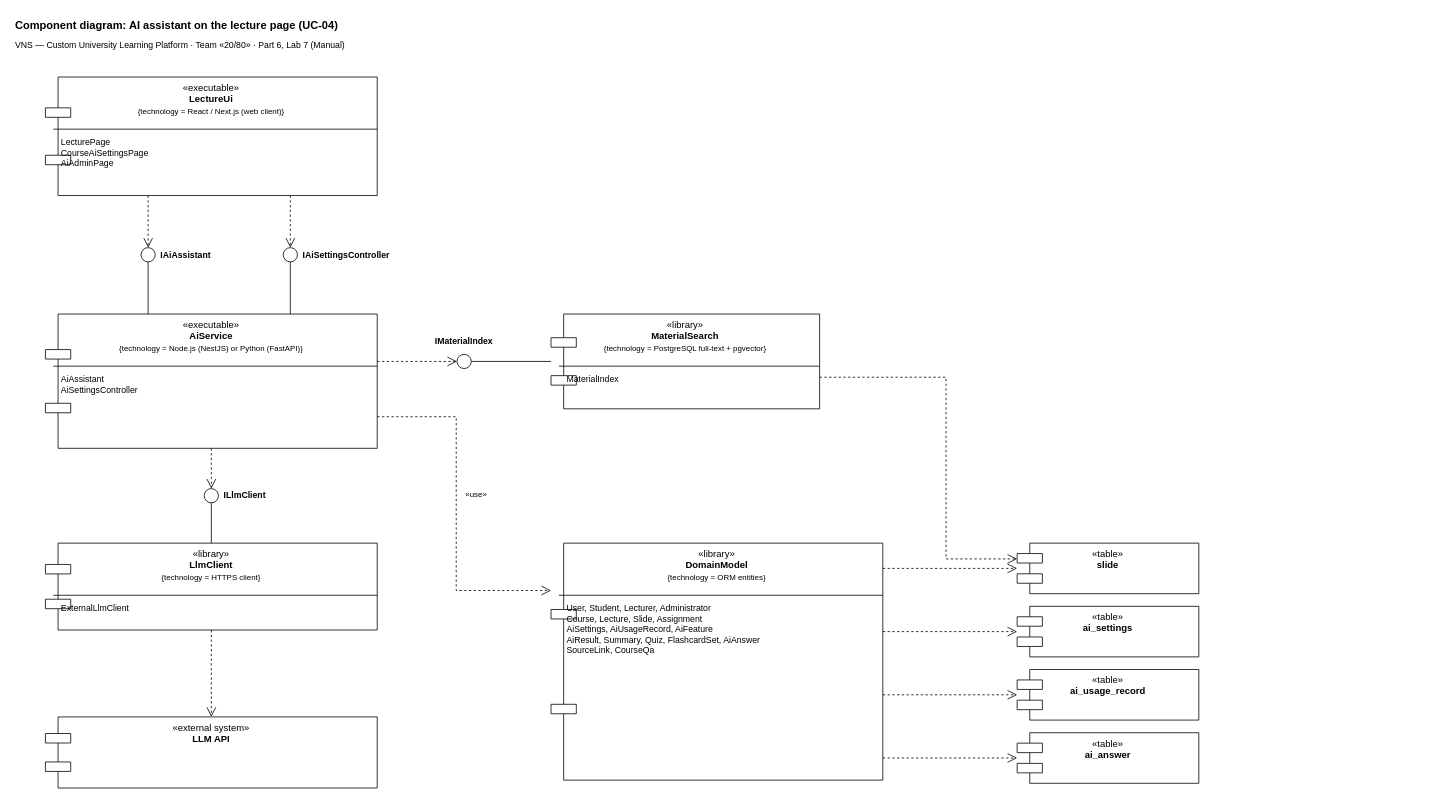
Before: BA/Part 6_Diagramming UML-20260912/Done/Manual/Artifacts/5. Component Diagram_VNS.drawio in yarikshevchuk/business-analysis, a draw.io diagram. Source tidied: cells renumbered, new cells numbered last; positions are measured from the earlier drawing's top-left corner, leaving out a move shared by most shapes. Both pictures are drawn from the tidied source at 79%, with x=0, y=0 at pixel (13, 13).
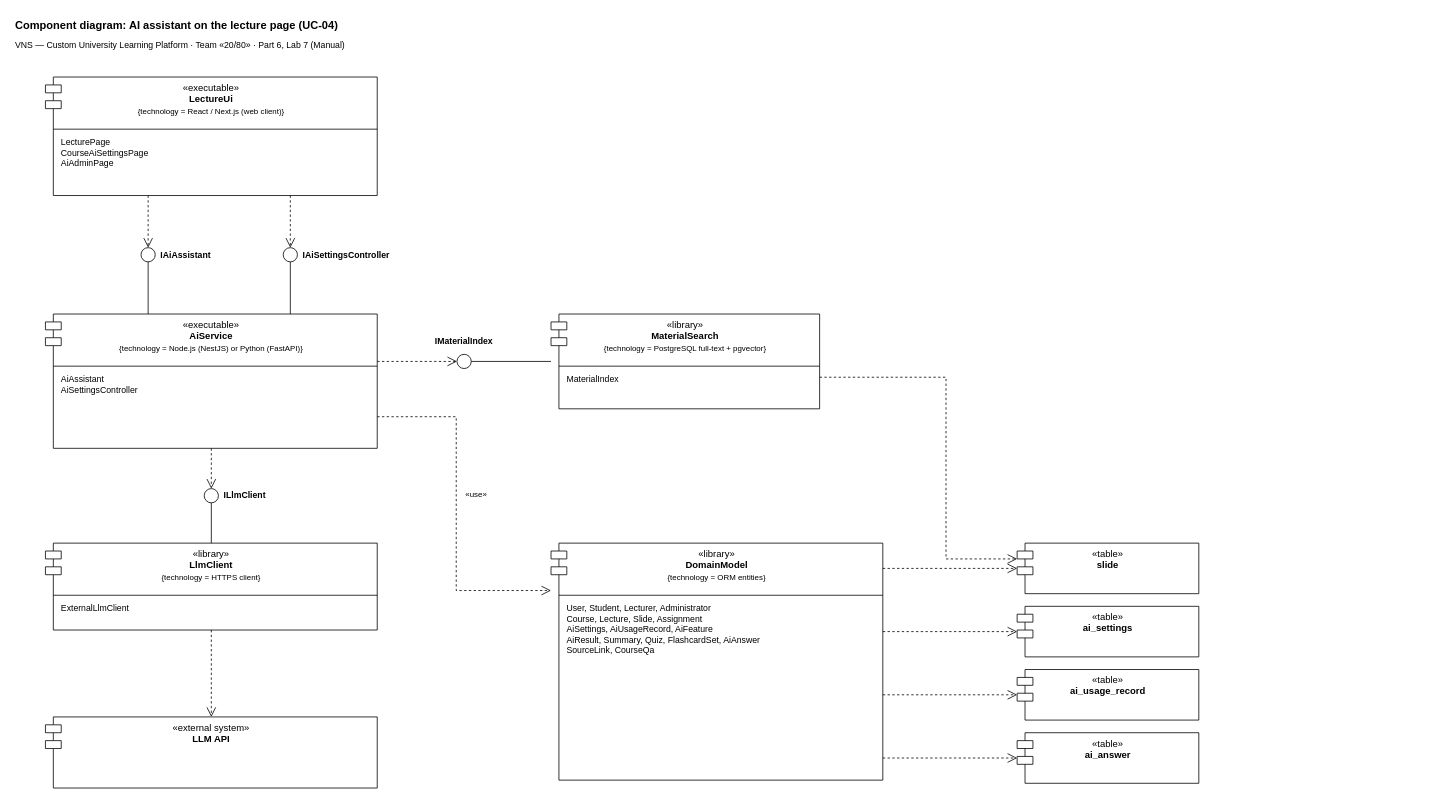
The same page after the edit.

Diff of the diagram source:
```diff
@@
-    <mxCell id="4" value="«executable»&lt;br&gt;&lt;b&gt;LectureUi&lt;/b&gt;&lt;br&gt;&lt;font style=&quot;font-size:10px&quot;&gt;{technology = React / Next.js (web client)}&lt;/font&gt;" style="shape=component;whiteSpace=wrap;html=1;fillColor=#ffffff;strokeColor=#000000;fontSize=12;align=center;verticalAlign=top;" parent="1" vertex="1">
+    <mxCell id="4" value="«executable»&lt;br&gt;&lt;b&gt;LectureUi&lt;/b&gt;&lt;br&gt;&lt;font style=&quot;font-size:10px&quot;&gt;{technology = React / Next.js (web client)}&lt;/font&gt;" style="shape=module;jettyWidth=20;jettyHeight=10;whiteSpace=wrap;html=1;fillColor=#ffffff;strokeColor=#000000;fontSize=12;align=center;verticalAlign=top;" parent="1" vertex="1">
       <mxGeometry x="40" y="80" width="420" height="150" as="geometry" />
     </mxCell>
@@
-    <mxCell id="7" value="«executable»&lt;br&gt;&lt;b&gt;AiService&lt;/b&gt;&lt;br&gt;&lt;font style=&quot;font-size:10px&quot;&gt;{technology = Node.js (NestJS) or Python (FastAPI)}&lt;/font&gt;" style="shape=component;whiteSpace=wrap;html=1;fillColor=#ffffff;strokeColor=#000000;fontSize=12;align=center;verticalAlign=top;" parent="1" vertex="1">
+    <mxCell id="7" value="«executable»&lt;br&gt;&lt;b&gt;AiService&lt;/b&gt;&lt;br&gt;&lt;font style=&quot;font-size:10px&quot;&gt;{technology = Node.js (NestJS) or Python (FastAPI)}&lt;/font&gt;" style="shape=module;jettyWidth=20;jettyHeight=10;whiteSpace=wrap;html=1;fillColor=#ffffff;strokeColor=#000000;fontSize=12;align=center;verticalAlign=top;" parent="1" vertex="1">
       <mxGeometry x="40" y="380" width="420" height="170" as="geometry" />
     </mxCell>
@@
-    <mxCell id="10" value="«library»&lt;br&gt;&lt;b&gt;MaterialSearch&lt;/b&gt;&lt;br&gt;&lt;font style=&quot;font-size:10px&quot;&gt;{technology = PostgreSQL full-text + pgvector}&lt;/font&gt;" style="shape=component;whiteSpace=wrap;html=1;fillColor=#ffffff;strokeColor=#000000;fontSize=12;align=center;verticalAlign=top;" parent="1" vertex="1">
+    <mxCell id="10" value="«library»&lt;br&gt;&lt;b&gt;MaterialSearch&lt;/b&gt;&lt;br&gt;&lt;font style=&quot;font-size:10px&quot;&gt;{technology = PostgreSQL full-text + pgvector}&lt;/font&gt;" style="shape=module;jettyWidth=20;jettyHeight=10;whiteSpace=wrap;html=1;fillColor=#ffffff;strokeColor=#000000;fontSize=12;align=center;verticalAlign=top;" parent="1" vertex="1">
       <mxGeometry x="680" y="380" width="340" height="120" as="geometry" />
     </mxCell>
@@
-    <mxCell id="13" value="«library»&lt;br&gt;&lt;b&gt;LlmClient&lt;/b&gt;&lt;br&gt;&lt;font style=&quot;font-size:10px&quot;&gt;{technology = HTTPS client}&lt;/font&gt;" style="shape=component;whiteSpace=wrap;html=1;fillColor=#ffffff;strokeColor=#000000;fontSize=12;align=center;verticalAlign=top;" parent="1" vertex="1">
+    <mxCell id="13" value="«library»&lt;br&gt;&lt;b&gt;LlmClient&lt;/b&gt;&lt;br&gt;&lt;font style=&quot;font-size:10px&quot;&gt;{technology = HTTPS client}&lt;/font&gt;" style="shape=module;jettyWidth=20;jettyHeight=10;whiteSpace=wrap;html=1;fillColor=#ffffff;strokeColor=#000000;fontSize=12;align=center;verticalAlign=top;" parent="1" vertex="1">
       <mxGeometry x="40" y="670" width="420" height="110" as="geometry" />
     </mxCell>
@@
-    <mxCell id="16" value="«external system»&lt;br&gt;&lt;b&gt;LLM API&lt;/b&gt;" style="shape=component;whiteSpace=wrap;html=1;fillColor=#ffffff;strokeColor=#000000;fontSize=12;align=center;verticalAlign=top;" parent="1" vertex="1">
+    <mxCell id="16" value="«external system»&lt;br&gt;&lt;b&gt;LLM API&lt;/b&gt;" style="shape=module;jettyWidth=20;jettyHeight=10;whiteSpace=wrap;html=1;fillColor=#ffffff;strokeColor=#000000;fontSize=12;align=center;verticalAlign=top;" parent="1" vertex="1">
       <mxGeometry x="40" y="890" width="420" height="90" as="geometry" />
     </mxCell>
-    <mxCell id="17" value="«library»&lt;br&gt;&lt;b&gt;DomainModel&lt;/b&gt;&lt;br&gt;&lt;font style=&quot;font-size:10px&quot;&gt;{technology = ORM entities}&lt;/font&gt;" style="shape=component;whiteSpace=wrap;html=1;fillColor=#ffffff;strokeColor=#000000;fontSize=12;align=center;verticalAlign=top;" parent="1" vertex="1">
+    <mxCell id="17" value="«library»&lt;br&gt;&lt;b&gt;DomainModel&lt;/b&gt;&lt;br&gt;&lt;font style=&quot;font-size:10px&quot;&gt;{technology = ORM entities}&lt;/font&gt;" style="shape=module;jettyWidth=20;jettyHeight=10;whiteSpace=wrap;html=1;fillColor=#ffffff;strokeColor=#000000;fontSize=12;align=center;verticalAlign=top;" parent="1" vertex="1">
       <mxGeometry x="680" y="670" width="420" height="300" as="geometry" />
     </mxCell>
@@
-    <mxCell id="20" value="«table»&lt;br&gt;&lt;b&gt;slide&lt;/b&gt;" style="shape=component;whiteSpace=wrap;html=1;fillColor=#ffffff;strokeColor=#000000;fontSize=12;align=center;verticalAlign=top;" parent="1" vertex="1">
+    <mxCell id="20" value="«table»&lt;br&gt;&lt;b&gt;slide&lt;/b&gt;" style="shape=module;jettyWidth=20;jettyHeight=10;whiteSpace=wrap;html=1;fillColor=#ffffff;strokeColor=#000000;fontSize=12;align=center;verticalAlign=top;" parent="1" vertex="1">
       <mxGeometry x="1270" y="670" width="230" height="64" as="geometry" />
     </mxCell>
-    <mxCell id="21" value="«table»&lt;br&gt;&lt;b&gt;ai_settings&lt;/b&gt;" style="shape=component;whiteSpace=wrap;html=1;fillColor=#ffffff;strokeColor=#000000;fontSize=12;align=center;verticalAlign=top;" parent="1" vertex="1">
+    <mxCell id="21" value="«table»&lt;br&gt;&lt;b&gt;ai_settings&lt;/b&gt;" style="shape=module;jettyWidth=20;jettyHeight=10;whiteSpace=wrap;html=1;fillColor=#ffffff;strokeColor=#000000;fontSize=12;align=center;verticalAlign=top;" parent="1" vertex="1">
       <mxGeometry x="1270" y="750" width="230" height="64" as="geometry" />
     </mxCell>
-    <mxCell id="22" value="«table»&lt;br&gt;&lt;b&gt;ai_usage_record&lt;/b&gt;" style="shape=component;whiteSpace=wrap;html=1;fillColor=#ffffff;strokeColor=#000000;fontSize=12;align=center;verticalAlign=top;" parent="1" vertex="1">
+    <mxCell id="22" value="«table»&lt;br&gt;&lt;b&gt;ai_usage_record&lt;/b&gt;" style="shape=module;jettyWidth=20;jettyHeight=10;whiteSpace=wrap;html=1;fillColor=#ffffff;strokeColor=#000000;fontSize=12;align=center;verticalAlign=top;" parent="1" vertex="1">
       <mxGeometry x="1270" y="830" width="230" height="64" as="geometry" />
     </mxCell>
-    <mxCell id="23" value="«table»&lt;br&gt;&lt;b&gt;ai_answer&lt;/b&gt;" style="shape=component;whiteSpace=wrap;html=1;fillColor=#ffffff;strokeColor=#000000;fontSize=12;align=center;verticalAlign=top;" parent="1" vertex="1">
+    <mxCell id="23" value="«table»&lt;br&gt;&lt;b&gt;ai_answer&lt;/b&gt;" style="shape=module;jettyWidth=20;jettyHeight=10;whiteSpace=wrap;html=1;fillColor=#ffffff;strokeColor=#000000;fontSize=12;align=center;verticalAlign=top;" parent="1" vertex="1">
       <mxGeometry x="1270" y="910" width="230" height="64" as="geometry" />
     </mxCell>
```
